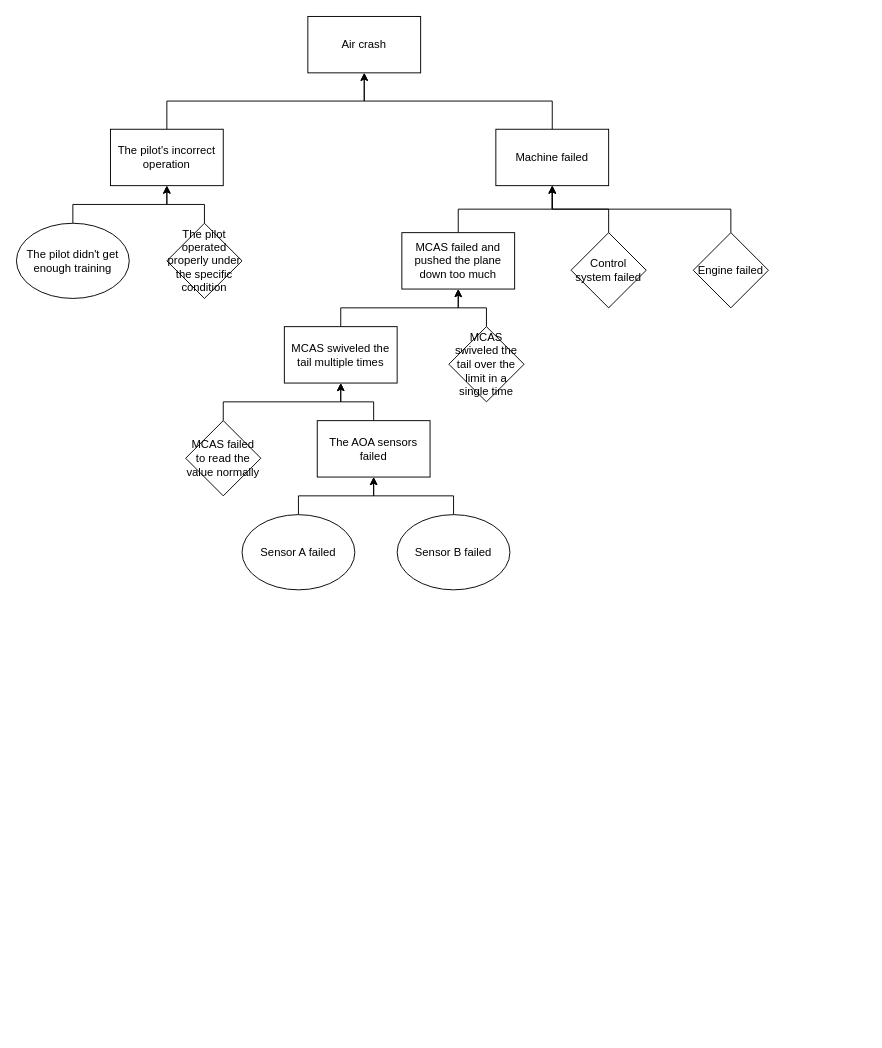
Above: assignment2/Fault tree.drawio in Deftrose/HighIntegritySystem (draw.io), before the change. Source tidied: cells renumbered, new cells numbered last; positions are measured from the earlier drawing's top-left corner, leaving out a move shared by most shapes. Both pictures are drawn from the tidied source at 94%, with x=0, y=0 at pixel (16, 16).
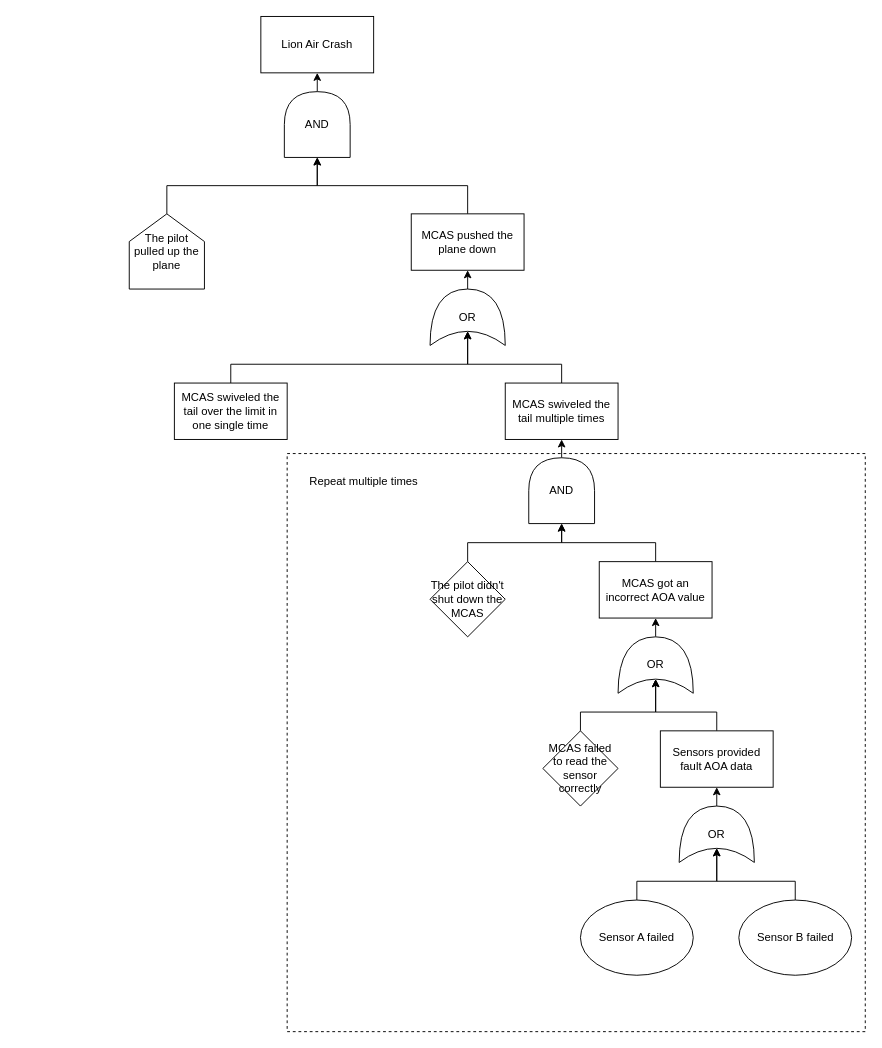
The same diagram, later.

The edit, as a diff of the source:
```diff
@@
+    <mxCell id="29" style="whiteSpace=wrap;html=1;rounded=0;shadow=0;comic=0;dashed=1;" parent="1" vertex="1">
+      <mxGeometry x="288" y="465" width="615" height="615" as="geometry" />
+    </mxCell>
-    <mxCell id="2" value="Air crash" style="rounded=0;whiteSpace=wrap;html=1;" parent="1" vertex="1">
-      <mxGeometry x="310" width="120" height="60" as="geometry" />
+    <mxCell id="2" value="Lion Air Crash" style="rounded=0;whiteSpace=wrap;html=1;" parent="1" vertex="1">
+      <mxGeometry x="260" width="120" height="60" as="geometry" />
     </mxCell>
-    <mxCell id="3" style="edgeStyle=orthogonalEdgeStyle;rounded=0;jettySize=auto;html=1;exitX=0.5;exitY=0;exitDx=0;exitDy=0;" parent="1" edge="1" source="4" target="2">
-      <mxGeometry relative="1" as="geometry" />
-    </mxCell>
-    <mxCell id="4" value="The pilot's incorrect operation" style="rounded=0;whiteSpace=wrap;html=1;" parent="1" vertex="1">
-      <mxGeometry x="100" y="120" width="120" height="60" as="geometry" />
-    </mxCell>
-    <mxCell id="5" style="edgeStyle=orthogonalEdgeStyle;rounded=0;jettySize=auto;html=1;exitX=0.5;exitY=0;exitDx=0;exitDy=0;entryX=0.5;entryY=1;entryDx=0;entryDy=0;" parent="1" edge="1" source="6" target="2">
-      <mxGeometry relative="1" as="geometry" />
-    </mxCell>
-    <mxCell id="6" value="Machine failed" style="rounded=0;whiteSpace=wrap;html=1;" parent="1" vertex="1">
-      <mxGeometry x="510" y="120" width="120" height="60" as="geometry" />
-    </mxCell>
-    <mxCell id="7" style="edgeStyle=orthogonalEdgeStyle;rounded=0;jettySize=auto;html=1;exitX=0.5;exitY=0;exitDx=0;exitDy=0;entryX=0.5;entryY=1;entryDx=0;entryDy=0;" parent="1" edge="1" source="8" target="6">
-      <mxGeometry relative="1" as="geometry" />
-    </mxCell>
+    <mxCell id="30" style="edgeStyle=orthogonalEdgeStyle;rounded=0;jettySize=auto;html=1;exitX=0.5;exitY=0;exitDx=0;exitDy=0;entryX=0;entryY=0.5;entryDx=0;entryDy=0;" parent="1" edge="1" source="8" target="34">
+      <mxGeometry relative="1" as="geometry" />
+    </mxCell>
-    <mxCell id="8" value="MCAS failed and pushed the plane down too much" style="rounded=0;whiteSpace=wrap;html=1;" parent="1" vertex="1">
-      <mxGeometry x="410" y="230" width="120" height="60" as="geometry" />
+    <mxCell id="8" value="MCAS pushed the plane down" style="rounded=0;whiteSpace=wrap;html=1;" parent="1" vertex="1">
+      <mxGeometry x="420" y="210" width="120" height="60" as="geometry" />
     </mxCell>
-    <mxCell id="9" style="edgeStyle=orthogonalEdgeStyle;rounded=0;jettySize=auto;html=1;" parent="1" edge="1" source="10" target="4">
-      <mxGeometry relative="1" as="geometry" />
-    </mxCell>
-    <mxCell id="10" value="The pilot didn't get enough training" style="ellipse;whiteSpace=wrap;html=1;" parent="1" vertex="1">
-      <mxGeometry y="220" width="120" height="80" as="geometry" />
-    </mxCell>
-    <mxCell id="11" style="edgeStyle=orthogonalEdgeStyle;rounded=0;jettySize=auto;html=1;exitX=0.5;exitY=0;exitDx=0;exitDy=0;entryX=0.5;entryY=1;entryDx=0;entryDy=0;" parent="1" edge="1" source="12" target="4">
-      <mxGeometry relative="1" as="geometry" />
-    </mxCell>
-    <mxCell id="12" value="The pilot operated properly under the specific condition" style="rhombus;whiteSpace=wrap;html=1;" parent="1" vertex="1">
-      <mxGeometry x="160" y="220" width="80" height="80" as="geometry" />
-    </mxCell>
-    <mxCell id="13" style="edgeStyle=orthogonalEdgeStyle;rounded=0;jettySize=auto;html=1;exitX=0.5;exitY=0;exitDx=0;exitDy=0;entryX=0.5;entryY=1;entryDx=0;entryDy=0;" parent="1" edge="1" source="14" target="6">
-      <mxGeometry relative="1" as="geometry" />
-    </mxCell>
-    <mxCell id="14" value="Engine failed" style="rhombus;whiteSpace=wrap;html=1;" parent="1" vertex="1">
-      <mxGeometry x="720" y="230" width="80" height="80" as="geometry" />
-    </mxCell>
-    <mxCell id="15" style="edgeStyle=orthogonalEdgeStyle;rounded=0;jettySize=auto;html=1;exitX=0.5;exitY=0;exitDx=0;exitDy=0;entryX=0.5;entryY=1;entryDx=0;entryDy=0;" parent="1" edge="1" source="16" target="6">
-      <mxGeometry relative="1" as="geometry" />
-    </mxCell>
-    <mxCell id="16" value="Control system failed" style="rhombus;whiteSpace=wrap;html=1;" parent="1" vertex="1">
-      <mxGeometry x="590" y="230" width="80" height="80" as="geometry" />
-    </mxCell>
-    <mxCell id="17" style="edgeStyle=orthogonalEdgeStyle;rounded=0;jettySize=auto;html=1;exitX=0.5;exitY=0;exitDx=0;exitDy=0;entryX=0.5;entryY=1;entryDx=0;entryDy=0;" parent="1" edge="1" source="18" target="8">
-      <mxGeometry relative="1" as="geometry" />
-    </mxCell>
+    <mxCell id="31" style="edgeStyle=orthogonalEdgeStyle;rounded=0;jettySize=auto;html=1;exitX=0.5;exitY=1;exitDx=0;exitDy=0;" parent="1" edge="1" source="32" target="34">
+      <mxGeometry relative="1" as="geometry" />
+    </mxCell>
+    <mxCell id="32" value="The pilot pulled up the plane" style="shape=offPageConnector;whiteSpace=wrap;html=1;rounded=0;shadow=0;comic=0;direction=west;size=0.3683819041532647;" parent="1" vertex="1">
+      <mxGeometry x="120" y="210" width="80" height="80" as="geometry" />
+    </mxCell>
+    <mxCell id="33" style="edgeStyle=orthogonalEdgeStyle;rounded=0;jettySize=auto;html=1;exitX=1;exitY=0.5;exitDx=0;exitDy=0;entryX=0.5;entryY=1;entryDx=0;entryDy=0;" parent="1" edge="1" source="34" target="2">
+      <mxGeometry relative="1" as="geometry" />
+    </mxCell>
+    <mxCell id="34" value="AND" style="shape=delay;whiteSpace=wrap;html=1;rounded=1;shadow=0;comic=0;direction=north;" parent="1" vertex="1">
+      <mxGeometry x="285" y="80" width="70" height="70" as="geometry" />
+    </mxCell>
+    <mxCell id="35" style="edgeStyle=orthogonalEdgeStyle;rounded=0;jettySize=auto;html=1;exitX=1;exitY=0.5;exitDx=0;exitDy=0;exitPerimeter=0;entryX=0.5;entryY=1;entryDx=0;entryDy=0;" parent="1" edge="1" source="36" target="8">
+      <mxGeometry relative="1" as="geometry" />
+    </mxCell>
+    <mxCell id="36" value="OR" style="shape=xor;whiteSpace=wrap;html=1;rounded=1;shadow=0;comic=0;direction=north;" parent="1" vertex="1">
+      <mxGeometry x="440" y="290" width="80" height="60" as="geometry" />
+    </mxCell>
+    <mxCell id="37" style="edgeStyle=orthogonalEdgeStyle;rounded=0;jettySize=auto;html=1;exitX=0.5;exitY=0;exitDx=0;exitDy=0;entryX=0.25;entryY=0.5;entryDx=0;entryDy=0;entryPerimeter=0;" parent="1" edge="1" source="18" target="36">
+      <mxGeometry relative="1" as="geometry" />
+    </mxCell>
     <mxCell id="18" value="MCAS swiveled the tail multiple times" style="rounded=0;whiteSpace=wrap;html=1;" parent="1" vertex="1">
-      <mxGeometry x="285" y="330" width="120" height="60" as="geometry" />
+      <mxGeometry x="520" y="390" width="120" height="60" as="geometry" />
     </mxCell>
-    <mxCell id="19" style="edgeStyle=orthogonalEdgeStyle;rounded=0;jettySize=auto;html=1;exitX=0.5;exitY=0;exitDx=0;exitDy=0;" parent="1" edge="1" source="20" target="18">
-      <mxGeometry relative="1" as="geometry" />
-    </mxCell>
-    <mxCell id="20" value="MCAS failed to read the value normally" style="rhombus;whiteSpace=wrap;html=1;" parent="1" vertex="1">
-      <mxGeometry x="180" y="430" width="80" height="80" as="geometry" />
-    </mxCell>
-    <mxCell id="21" style="edgeStyle=orthogonalEdgeStyle;rounded=0;jettySize=auto;html=1;exitX=0.5;exitY=0;exitDx=0;exitDy=0;entryX=0.5;entryY=1;entryDx=0;entryDy=0;" parent="1" edge="1" source="22" target="18">
-      <mxGeometry relative="1" as="geometry" />
-    </mxCell>
-    <mxCell id="22" value="The AOA sensors failed" style="rounded=0;whiteSpace=wrap;html=1;" parent="1" vertex="1">
-      <mxGeometry x="320" y="430" width="120" height="60" as="geometry" />
-    </mxCell>
-    <mxCell id="23" style="edgeStyle=orthogonalEdgeStyle;rounded=0;jettySize=auto;html=1;exitX=0.5;exitY=0;exitDx=0;exitDy=0;entryX=0.5;entryY=1;entryDx=0;entryDy=0;" parent="1" edge="1" source="24" target="22">
-      <mxGeometry relative="1" as="geometry" />
-    </mxCell>
+    <mxCell id="38" style="edgeStyle=orthogonalEdgeStyle;rounded=0;jettySize=auto;html=1;exitX=0.5;exitY=0;exitDx=0;exitDy=0;entryX=0.25;entryY=0.5;entryDx=0;entryDy=0;entryPerimeter=0;" parent="1" edge="1" source="39" target="36">
+      <mxGeometry relative="1" as="geometry" />
+    </mxCell>
+    <mxCell id="39" value="MCAS swiveled the tail over the limit in one single time" style="rounded=0;whiteSpace=wrap;html=1;" parent="1" vertex="1">
+      <mxGeometry x="168" y="390" width="120" height="60" as="geometry" />
+    </mxCell>
+    <mxCell id="40" style="edgeStyle=orthogonalEdgeStyle;rounded=0;jettySize=auto;html=1;exitX=0.5;exitY=0;exitDx=0;exitDy=0;entryX=0;entryY=0.5;entryDx=0;entryDy=0;" parent="1" edge="1" source="41" target="45">
+      <mxGeometry relative="1" as="geometry" />
+    </mxCell>
+    <mxCell id="41" value="MCAS got an incorrect AOA value" style="rounded=0;whiteSpace=wrap;html=1;" parent="1" vertex="1">
+      <mxGeometry x="620" y="580" width="120" height="60" as="geometry" />
+    </mxCell>
+    <mxCell id="42" style="edgeStyle=orthogonalEdgeStyle;rounded=0;jettySize=auto;html=1;exitX=0.5;exitY=0;exitDx=0;exitDy=0;entryX=0;entryY=0.5;entryDx=0;entryDy=0;" parent="1" edge="1" source="43" target="45">
+      <mxGeometry relative="1" as="geometry" />
+    </mxCell>
+    <mxCell id="43" value="The pilot didn't shut down the MCAS" style="rhombus;whiteSpace=wrap;html=1;" parent="1" vertex="1">
+      <mxGeometry x="440" y="580" width="80" height="80" as="geometry" />
+    </mxCell>
+    <mxCell id="44" style="edgeStyle=orthogonalEdgeStyle;rounded=0;jettySize=auto;html=1;exitX=1;exitY=0.5;exitDx=0;exitDy=0;entryX=0.5;entryY=1;entryDx=0;entryDy=0;" parent="1" edge="1" source="45" target="18">
+      <mxGeometry relative="1" as="geometry" />
+    </mxCell>
+    <mxCell id="45" value="AND" style="shape=delay;whiteSpace=wrap;html=1;rounded=1;shadow=0;comic=0;direction=north;" parent="1" vertex="1">
+      <mxGeometry x="545" y="469.5" width="70" height="70" as="geometry" />
+    </mxCell>
+    <mxCell id="46" style="edgeStyle=orthogonalEdgeStyle;rounded=0;jettySize=auto;html=1;exitX=0.5;exitY=0;exitDx=0;exitDy=0;entryX=0.25;entryY=0.5;entryDx=0;entryDy=0;entryPerimeter=0;" parent="1" edge="1" source="47" target="49">
+      <mxGeometry relative="1" as="geometry" />
+    </mxCell>
+    <mxCell id="47" value="MCAS failed to read the sensor correctly" style="rhombus;whiteSpace=wrap;html=1;rounded=0;shadow=0;comic=0;" parent="1" vertex="1">
+      <mxGeometry x="560" y="760" width="80" height="80" as="geometry" />
+    </mxCell>
+    <mxCell id="48" style="edgeStyle=orthogonalEdgeStyle;rounded=0;jettySize=auto;html=1;exitX=1;exitY=0.5;exitDx=0;exitDy=0;exitPerimeter=0;entryX=0.5;entryY=1;entryDx=0;entryDy=0;" parent="1" edge="1" source="49" target="41">
+      <mxGeometry relative="1" as="geometry" />
+    </mxCell>
+    <mxCell id="49" value="OR" style="shape=xor;whiteSpace=wrap;html=1;rounded=1;shadow=0;comic=0;direction=north;" parent="1" vertex="1">
+      <mxGeometry x="640" y="660" width="80" height="60" as="geometry" />
+    </mxCell>
+    <mxCell id="50" style="edgeStyle=orthogonalEdgeStyle;rounded=0;jettySize=auto;html=1;exitX=0.5;exitY=0;exitDx=0;exitDy=0;entryX=0.25;entryY=0.5;entryDx=0;entryDy=0;entryPerimeter=0;" parent="1" edge="1" source="51" target="49">
+      <mxGeometry relative="1" as="geometry" />
+    </mxCell>
+    <mxCell id="51" value="Sensors provided fault AOA data" style="rounded=0;whiteSpace=wrap;html=1;shadow=0;comic=0;" parent="1" vertex="1">
+      <mxGeometry x="685" y="760" width="120" height="60" as="geometry" />
+    </mxCell>
+    <mxCell id="52" style="edgeStyle=orthogonalEdgeStyle;rounded=0;jettySize=auto;html=1;exitX=0.5;exitY=0;exitDx=0;exitDy=0;entryX=0.25;entryY=0.5;entryDx=0;entryDy=0;entryPerimeter=0;" parent="1" edge="1" source="24" target="55">
+      <mxGeometry relative="1" as="geometry" />
+    </mxCell>
     <mxCell id="24" value="Sensor A failed" style="ellipse;whiteSpace=wrap;html=1;" parent="1" vertex="1">
-      <mxGeometry x="240" y="530" width="120" height="80" as="geometry" />
+      <mxGeometry x="600" y="940" width="120" height="80" as="geometry" />
     </mxCell>
-    <mxCell id="25" style="edgeStyle=orthogonalEdgeStyle;rounded=0;jettySize=auto;html=1;exitX=0.5;exitY=0;exitDx=0;exitDy=0;" parent="1" edge="1" source="26" target="22">
-      <mxGeometry relative="1" as="geometry" />
-    </mxCell>
+    <mxCell id="53" style="edgeStyle=orthogonalEdgeStyle;rounded=0;jettySize=auto;html=1;exitX=0.5;exitY=0;exitDx=0;exitDy=0;entryX=0.25;entryY=0.5;entryDx=0;entryDy=0;entryPerimeter=0;" parent="1" edge="1" source="26" target="55">
+      <mxGeometry relative="1" as="geometry" />
+    </mxCell>
     <mxCell id="26" value="Sensor B failed" style="ellipse;whiteSpace=wrap;html=1;" parent="1" vertex="1">
-      <mxGeometry x="405" y="530" width="120" height="80" as="geometry" />
+      <mxGeometry x="768.5" y="940" width="120" height="80" as="geometry" />
     </mxCell>
-    <mxCell id="27" style="edgeStyle=orthogonalEdgeStyle;rounded=0;jettySize=auto;html=1;exitX=0.5;exitY=0;exitDx=0;exitDy=0;" parent="1" edge="1" source="28" target="8">
-      <mxGeometry relative="1" as="geometry" />
-    </mxCell>
-    <mxCell id="28" value="&lt;span&gt;MCAS swiveled the tail over the limit in a single time&lt;/span&gt;" style="rhombus;whiteSpace=wrap;html=1;" parent="1" vertex="1">
-      <mxGeometry x="460" y="330" width="80" height="80" as="geometry" />
-    </mxCell>
+    <mxCell id="54" style="edgeStyle=orthogonalEdgeStyle;rounded=0;jettySize=auto;html=1;exitX=1;exitY=0.5;exitDx=0;exitDy=0;exitPerimeter=0;entryX=0.5;entryY=1;entryDx=0;entryDy=0;" parent="1" edge="1" source="55" target="51">
+      <mxGeometry relative="1" as="geometry" />
+    </mxCell>
+    <mxCell id="55" value="OR" style="shape=xor;whiteSpace=wrap;html=1;rounded=1;shadow=0;comic=0;direction=north;" parent="1" vertex="1">
+      <mxGeometry x="705" y="840" width="80" height="60" as="geometry" />
+    </mxCell>
+    <mxCell id="56" value="Repeat multiple times" style="text;html=1;align=left;verticalAlign=top;spacingTop=-4;" parent="1" vertex="1">
+      <mxGeometry x="310" y="484.5" width="130" height="20" as="geometry" />
+    </mxCell>
```
